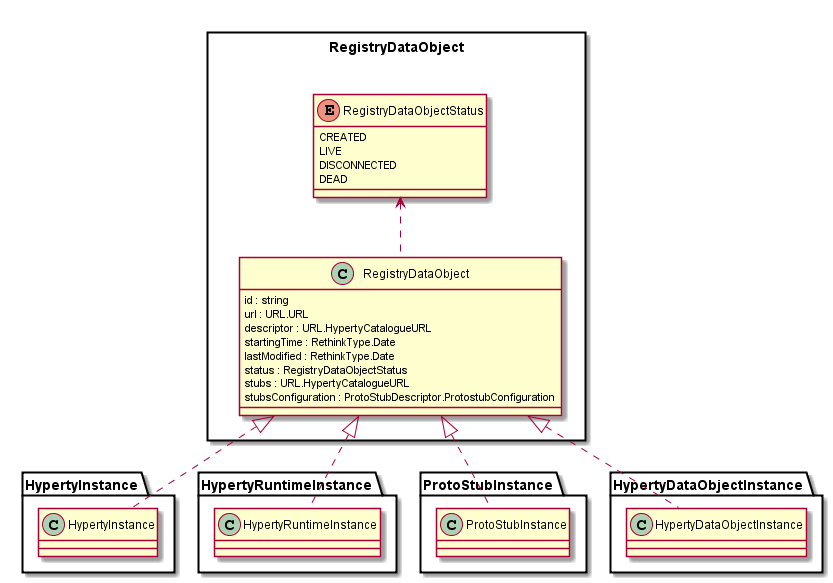
This is docs/datamodel/Registry-Data-Object.png from reTHINK-project/dev-service-framework, a PlantUML export, as it was before one commit.
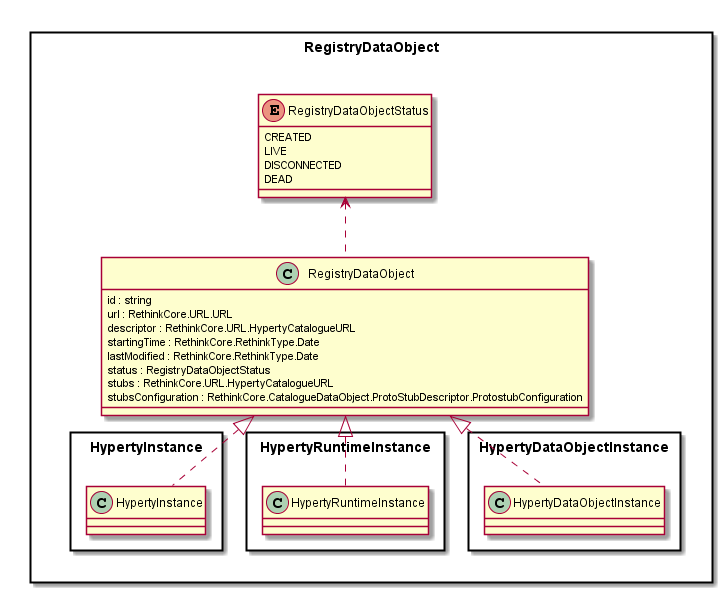
The same diagram one commit later.

Change to the diagram source:
```diff
@@ -4,13 +4,13 @@
 
 	class RegistryDataObject {
 		id : string
-		url : URL.URL
-		descriptor : URL.HypertyCatalogueURL
-		startingTime : RethinkType.Date
-		lastModified : RethinkType.Date
+		url : RethinkCore.URL.URL
+		descriptor : RethinkCore.URL.HypertyCatalogueURL
+		startingTime : RethinkCore.RethinkType.Date
+		lastModified : RethinkCore.RethinkType.Date
 		status : RegistryDataObjectStatus
-		stubs : URL.HypertyCatalogueURL
-		stubsConfiguration : ProtoStubDescriptor.ProtostubConfiguration
+		stubs : RethinkCore.URL.HypertyCatalogueURL
+		stubsConfiguration : RethinkCore.CatalogueDataObject.ProtoStubDescriptor.ProtostubConfiguration
 	}
 
 	enum RegistryDataObjectStatus {
@@ -20,12 +20,19 @@
 		DEAD
 	}
 
+	package HypertyInstance <<Rect>> {
+	}
+
+	package HypertyRuntimeInstance <<Rect>> {
+	}
+
+	package HypertyDataObjectInstance <<Rect>> {
+	}
+
 	RegistryDataObject .up.> RegistryDataObjectStatus
-
 
 	HypertyInstance.HypertyInstance .up.|> RegistryDataObject
 	HypertyRuntimeInstance.HypertyRuntimeInstance .up.|> RegistryDataObject
-	ProtoStubInstance.ProtoStubInstance .up.|> RegistryDataObject
 	HypertyDataObjectInstance.HypertyDataObjectInstance .up.|> RegistryDataObject
 
 }
```
